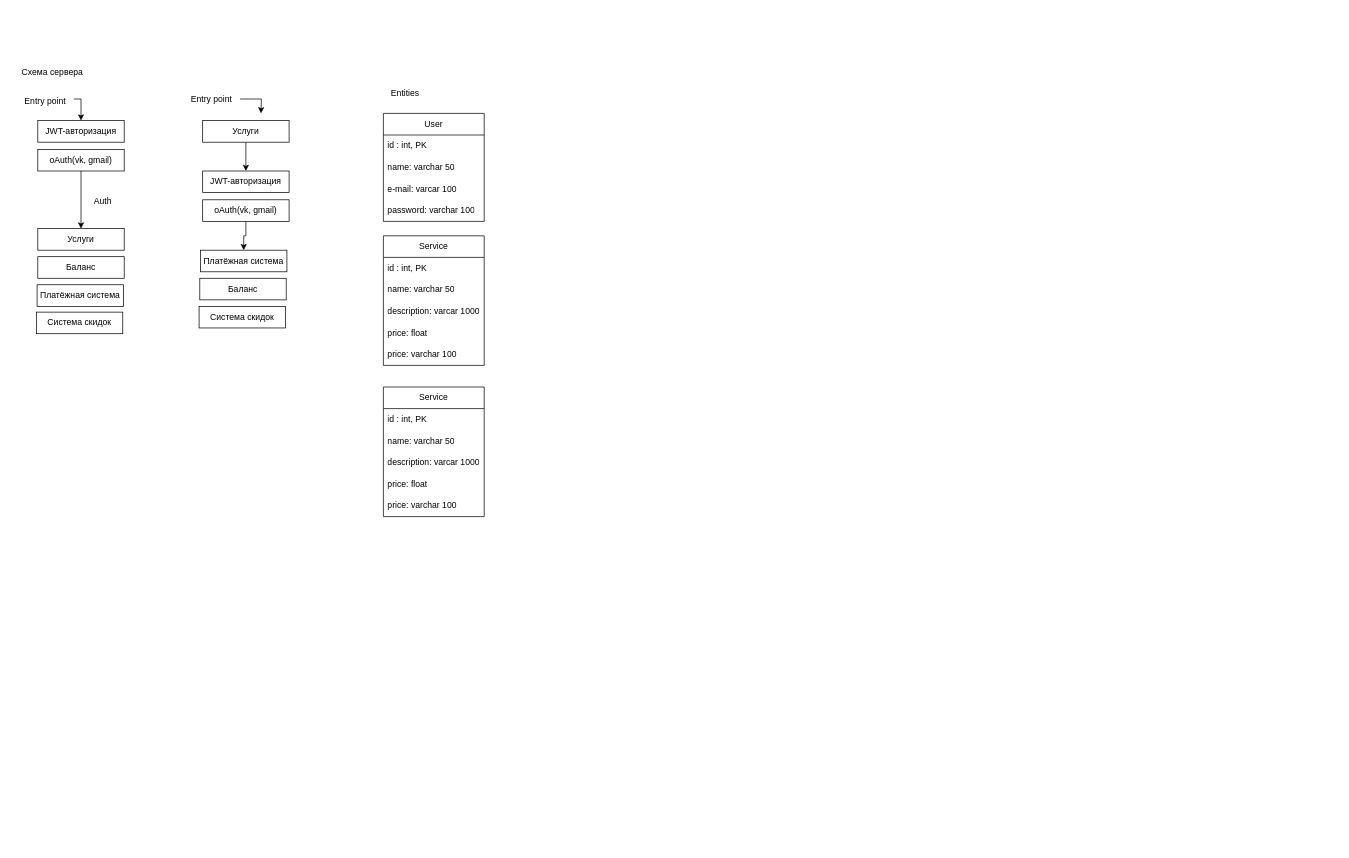
Above: cclean.drawio in Sundalia/cclean (draw.io), before the change. Source tidied: cells renumbered, new cells numbered last; positions are measured from the earlier drawing's top-left corner, leaving out a move shared by most shapes. Both pictures are drawn from the tidied source at 72%, with x=0, y=0 at pixel (12, 61).
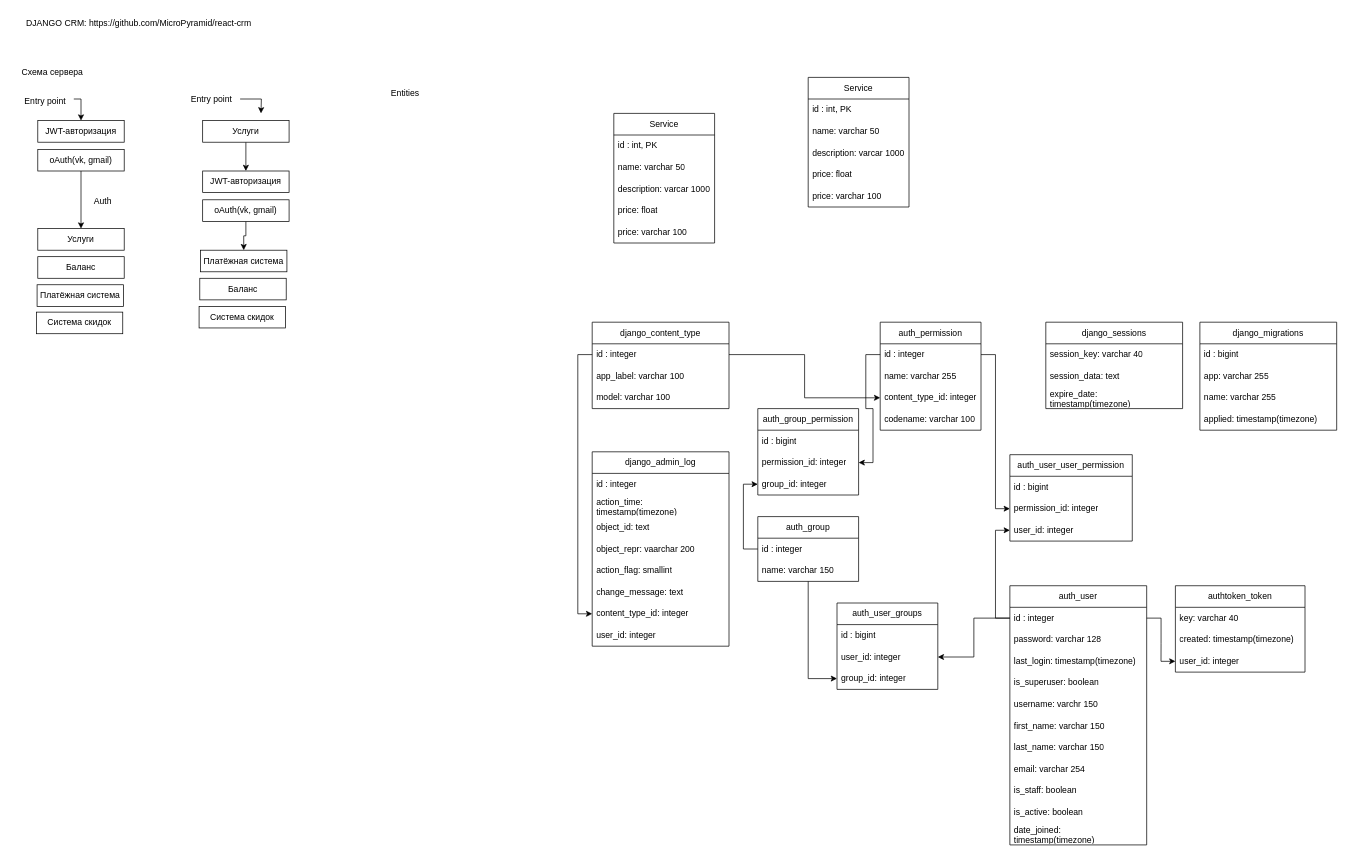
The same page after the edit.

The edit, as a diff of the source:
```diff
@@
-    <mxCell id="24" value="User" style="swimlane;fontStyle=0;horizontal=1;startSize=30;whiteSpace=wrap;html=1;" parent="1" vertex="1">
-      <mxGeometry x="515" y="72" width="140" height="150" as="geometry" />
-    </mxCell>
-    <mxCell id="25" value="id : int, PK" style="text;strokeColor=none;fillColor=none;align=left;verticalAlign=middle;spacingLeft=4;spacingRight=4;overflow=hidden;whiteSpace=wrap;html=1;" parent="24" vertex="1">
-      <mxGeometry y="30" width="140" height="30" as="geometry" />
-    </mxCell>
-    <mxCell id="26" value="name: varchar 50" style="text;strokeColor=none;fillColor=none;align=left;verticalAlign=middle;spacingLeft=4;spacingRight=4;overflow=hidden;whiteSpace=wrap;html=1;" parent="24" vertex="1">
-      <mxGeometry y="60" width="140" height="30" as="geometry" />
-    </mxCell>
-    <mxCell id="27" value="e-mail: varcar 100" style="text;strokeColor=none;fillColor=none;align=left;verticalAlign=middle;spacingLeft=4;spacingRight=4;overflow=hidden;whiteSpace=wrap;html=1;" parent="24" vertex="1">
-      <mxGeometry y="90" width="140" height="30" as="geometry" />
-    </mxCell>
-    <mxCell id="28" value="password: varchar 100" style="text;strokeColor=none;fillColor=none;align=left;verticalAlign=middle;spacingLeft=4;spacingRight=4;overflow=hidden;whiteSpace=wrap;html=1;" parent="24" vertex="1">
-      <mxGeometry y="120" width="140" height="30" as="geometry" />
-    </mxCell>
     <mxCell id="29" value="Service" style="swimlane;fontStyle=0;horizontal=1;startSize=30;whiteSpace=wrap;html=1;" parent="1" vertex="1">
-      <mxGeometry x="515" y="242" width="140" height="180" as="geometry" />
+      <mxGeometry x="1105" y="22" width="140" height="180" as="geometry" />
     </mxCell>
@@
     <mxCell id="35" value="Service" style="swimlane;fontStyle=0;horizontal=1;startSize=30;whiteSpace=wrap;html=1;" parent="1" vertex="1">
-      <mxGeometry x="515" y="452" width="140" height="180" as="geometry" />
+      <mxGeometry x="835" y="72" width="140" height="180" as="geometry" />
     </mxCell>
@@
+    <mxCell id="41" style="edgeStyle=orthogonalEdgeStyle;rounded=0;jettySize=auto;html=1;entryX=0;entryY=0.5;entryDx=0;entryDy=0;" parent="1" edge="1" source="42" target="70">
+      <mxGeometry relative="1" as="geometry" />
+    </mxCell>
+    <mxCell id="42" value="auth_group" style="swimlane;fontStyle=0;horizontal=1;startSize=30;whiteSpace=wrap;html=1;" parent="1" vertex="1">
+      <mxGeometry x="1035" y="632" width="140" height="90" as="geometry" />
+    </mxCell>
+    <mxCell id="43" value="id : integer" style="text;strokeColor=none;fillColor=none;align=left;verticalAlign=middle;spacingLeft=4;spacingRight=4;overflow=hidden;points=[[0,0.5],[1,0.5]];portConstraint=eastwest;whiteSpace=wrap;html=1;" parent="42" vertex="1">
+      <mxGeometry y="30" width="140" height="30" as="geometry" />
+    </mxCell>
+    <mxCell id="44" value="name: varchar 150" style="text;strokeColor=none;fillColor=none;align=left;verticalAlign=middle;spacingLeft=4;spacingRight=4;overflow=hidden;whiteSpace=wrap;html=1;" parent="42" vertex="1">
+      <mxGeometry y="60" width="140" height="30" as="geometry" />
+    </mxCell>
+    <mxCell id="45" value="auth_group_permission" style="swimlane;fontStyle=0;horizontal=1;startSize=30;whiteSpace=wrap;html=1;" parent="1" vertex="1">
+      <mxGeometry x="1035" y="482" width="140" height="120" as="geometry" />
+    </mxCell>
+    <mxCell id="46" value="id : bigint" style="text;strokeColor=none;fillColor=none;align=left;verticalAlign=middle;spacingLeft=4;spacingRight=4;overflow=hidden;whiteSpace=wrap;html=1;" parent="45" vertex="1">
+      <mxGeometry y="30" width="140" height="30" as="geometry" />
+    </mxCell>
+    <mxCell id="47" value="permission_id: integer" style="text;strokeColor=none;fillColor=none;align=left;verticalAlign=middle;spacingLeft=4;spacingRight=4;overflow=hidden;points=[[0,0.5],[1,0.5]];portConstraint=eastwest;whiteSpace=wrap;html=1;" parent="45" vertex="1">
+      <mxGeometry y="60" width="140" height="30" as="geometry" />
+    </mxCell>
+    <mxCell id="48" value="group_id: integer" style="text;strokeColor=none;fillColor=none;align=left;verticalAlign=middle;spacingLeft=4;spacingRight=4;overflow=hidden;points=[[0,0.5],[1,0.5]];portConstraint=eastwest;whiteSpace=wrap;html=1;" parent="45" vertex="1">
+      <mxGeometry y="90" width="140" height="30" as="geometry" />
+    </mxCell>
+    <mxCell id="49" value="DJANGO CRM: https://github.com/MicroPyramid/react-crm" style="text;html=1;align=center;verticalAlign=middle;strokeColor=none;fillColor=none;" parent="1" vertex="1">
+      <mxGeometry x="5" y="-68" width="340" height="30" as="geometry" />
+    </mxCell>
+    <mxCell id="50" value="auth_permission" style="swimlane;fontStyle=0;horizontal=1;startSize=30;whiteSpace=wrap;html=1;" parent="1" vertex="1">
+      <mxGeometry x="1205" y="362" width="140" height="150" as="geometry" />
+    </mxCell>
+    <mxCell id="51" value="id : integer" style="text;strokeColor=none;fillColor=none;align=left;verticalAlign=middle;spacingLeft=4;spacingRight=4;overflow=hidden;points=[[0,0.5],[1,0.5]];portConstraint=eastwest;whiteSpace=wrap;html=1;" parent="50" vertex="1">
+      <mxGeometry y="30" width="140" height="30" as="geometry" />
+    </mxCell>
+    <mxCell id="52" value="name: varchar 255" style="text;strokeColor=none;fillColor=none;align=left;verticalAlign=middle;spacingLeft=4;spacingRight=4;overflow=hidden;whiteSpace=wrap;html=1;" parent="50" vertex="1">
+      <mxGeometry y="60" width="140" height="30" as="geometry" />
+    </mxCell>
+    <mxCell id="53" value="content_type_id: integer" style="text;strokeColor=none;fillColor=none;align=left;verticalAlign=middle;spacingLeft=4;spacingRight=4;overflow=hidden;points=[[0,0.5],[1,0.5]];portConstraint=eastwest;whiteSpace=wrap;html=1;" parent="50" vertex="1">
+      <mxGeometry y="90" width="140" height="30" as="geometry" />
+    </mxCell>
+    <mxCell id="54" value="codename: varchar 100" style="text;strokeColor=none;fillColor=none;align=left;verticalAlign=middle;spacingLeft=4;spacingRight=4;overflow=hidden;whiteSpace=wrap;html=1;" parent="50" vertex="1">
+      <mxGeometry y="120" width="140" height="30" as="geometry" />
+    </mxCell>
+    <mxCell id="55" value="auth_user" style="swimlane;fontStyle=0;horizontal=1;startSize=30;whiteSpace=wrap;html=1;" parent="1" vertex="1">
+      <mxGeometry x="1385.1" y="728" width="190" height="360" as="geometry" />
+    </mxCell>
+    <mxCell id="56" value="id : integer" style="text;strokeColor=none;fillColor=none;align=left;verticalAlign=middle;spacingLeft=4;spacingRight=4;overflow=hidden;points=[[0,0.5],[1,0.5]];portConstraint=eastwest;whiteSpace=wrap;html=1;" parent="55" vertex="1">
+      <mxGeometry y="30" width="190" height="30" as="geometry" />
+    </mxCell>
+    <mxCell id="57" value="password: varchar 128" style="text;strokeColor=none;fillColor=none;align=left;verticalAlign=middle;spacingLeft=4;spacingRight=4;overflow=hidden;whiteSpace=wrap;html=1;" parent="55" vertex="1">
+      <mxGeometry y="60" width="190" height="30" as="geometry" />
+    </mxCell>
+    <mxCell id="58" value="last_login: timestamp(timezone)" style="text;strokeColor=none;fillColor=none;align=left;verticalAlign=middle;spacingLeft=4;spacingRight=4;overflow=hidden;whiteSpace=wrap;html=1;" parent="55" vertex="1">
+      <mxGeometry y="90" width="190" height="30" as="geometry" />
+    </mxCell>
+    <mxCell id="59" value="is_superuser: boolean" style="text;strokeColor=none;fillColor=none;align=left;verticalAlign=middle;spacingLeft=4;spacingRight=4;overflow=hidden;whiteSpace=wrap;html=1;" parent="55" vertex="1">
+      <mxGeometry y="120" width="190" height="30" as="geometry" />
+    </mxCell>
+    <mxCell id="60" value="username: varchr 150" style="text;strokeColor=none;fillColor=none;align=left;verticalAlign=middle;spacingLeft=4;spacingRight=4;overflow=hidden;whiteSpace=wrap;html=1;" parent="55" vertex="1">
+      <mxGeometry y="150" width="190" height="30" as="geometry" />
+    </mxCell>
+    <mxCell id="61" value="first_name: varchar 150" style="text;strokeColor=none;fillColor=none;align=left;verticalAlign=middle;spacingLeft=4;spacingRight=4;overflow=hidden;whiteSpace=wrap;html=1;" parent="55" vertex="1">
+      <mxGeometry y="180" width="190" height="30" as="geometry" />
+    </mxCell>
+    <mxCell id="62" value="last_name: varchar 150" style="text;strokeColor=none;fillColor=none;align=left;verticalAlign=middle;spacingLeft=4;spacingRight=4;overflow=hidden;whiteSpace=wrap;html=1;" parent="55" vertex="1">
+      <mxGeometry y="210" width="190" height="30" as="geometry" />
+    </mxCell>
+    <mxCell id="63" value="email: varchar 254" style="text;strokeColor=none;fillColor=none;align=left;verticalAlign=middle;spacingLeft=4;spacingRight=4;overflow=hidden;whiteSpace=wrap;html=1;" parent="55" vertex="1">
+      <mxGeometry y="240" width="190" height="30" as="geometry" />
+    </mxCell>
+    <mxCell id="64" value="is_staff: boolean" style="text;strokeColor=none;fillColor=none;align=left;verticalAlign=middle;spacingLeft=4;spacingRight=4;overflow=hidden;whiteSpace=wrap;html=1;" parent="55" vertex="1">
+      <mxGeometry y="270" width="190" height="30" as="geometry" />
+    </mxCell>
+    <mxCell id="65" value="is_active: boolean" style="text;strokeColor=none;fillColor=none;align=left;verticalAlign=middle;spacingLeft=4;spacingRight=4;overflow=hidden;whiteSpace=wrap;html=1;" parent="55" vertex="1">
+      <mxGeometry y="300" width="190" height="30" as="geometry" />
+    </mxCell>
+    <mxCell id="66" value="date_joined: timestamp(timezone)" style="text;strokeColor=none;fillColor=none;align=left;verticalAlign=middle;spacingLeft=4;spacingRight=4;overflow=hidden;whiteSpace=wrap;html=1;" parent="55" vertex="1">
+      <mxGeometry y="330" width="190" height="30" as="geometry" />
+    </mxCell>
+    <mxCell id="67" value="auth_user_groups" style="swimlane;fontStyle=0;horizontal=1;startSize=30;whiteSpace=wrap;html=1;" parent="1" vertex="1">
+      <mxGeometry x="1145" y="752" width="140" height="120" as="geometry" />
+    </mxCell>
+    <mxCell id="68" value="id : bigint" style="text;strokeColor=none;fillColor=none;align=left;verticalAlign=middle;spacingLeft=4;spacingRight=4;overflow=hidden;whiteSpace=wrap;html=1;" parent="67" vertex="1">
+      <mxGeometry y="30" width="140" height="30" as="geometry" />
+    </mxCell>
+    <mxCell id="69" value="user_id: integer" style="text;strokeColor=none;fillColor=none;align=left;verticalAlign=middle;spacingLeft=4;spacingRight=4;overflow=hidden;points=[[0,0.5],[1,0.5]];portConstraint=eastwest;whiteSpace=wrap;html=1;" parent="67" vertex="1">
+      <mxGeometry y="60" width="140" height="30" as="geometry" />
+    </mxCell>
+    <mxCell id="70" value="group_id: integer" style="text;strokeColor=none;fillColor=none;align=left;verticalAlign=middle;spacingLeft=4;spacingRight=4;overflow=hidden;points=[[0,0.5],[1,0.5]];portConstraint=eastwest;whiteSpace=wrap;html=1;" parent="67" vertex="1">
+      <mxGeometry y="90" width="140" height="30" as="geometry" />
+    </mxCell>
+    <mxCell id="71" value="auth_user_user_permission" style="swimlane;fontStyle=0;horizontal=1;startSize=30;whiteSpace=wrap;html=1;" parent="1" vertex="1">
+      <mxGeometry x="1385.1" y="546" width="170" height="120" as="geometry" />
+    </mxCell>
+    <mxCell id="72" value="id : bigint" style="text;strokeColor=none;fillColor=none;align=left;verticalAlign=middle;spacingLeft=4;spacingRight=4;overflow=hidden;whiteSpace=wrap;html=1;" parent="71" vertex="1">
+      <mxGeometry y="30" width="170" height="30" as="geometry" />
+    </mxCell>
+    <mxCell id="73" value="permission_id: integer" style="text;strokeColor=none;fillColor=none;align=left;verticalAlign=middle;spacingLeft=4;spacingRight=4;overflow=hidden;points=[[0,0.5],[1,0.5]];portConstraint=eastwest;whiteSpace=wrap;html=1;" parent="71" vertex="1">
+      <mxGeometry y="60" width="170" height="30" as="geometry" />
+    </mxCell>
+    <mxCell id="74" value="user_id: integer" style="text;strokeColor=none;fillColor=none;align=left;verticalAlign=middle;spacingLeft=4;spacingRight=4;overflow=hidden;points=[[0,0.5],[1,0.5]];portConstraint=eastwest;whiteSpace=wrap;html=1;" parent="71" vertex="1">
+      <mxGeometry y="90" width="170" height="30" as="geometry" />
+    </mxCell>
+    <mxCell id="75" value="authtoken_token" style="swimlane;fontStyle=0;horizontal=1;startSize=30;whiteSpace=wrap;html=1;" parent="1" vertex="1">
+      <mxGeometry x="1615" y="728" width="180" height="120" as="geometry" />
+    </mxCell>
+    <mxCell id="76" value="key: varchar 40" style="text;strokeColor=none;fillColor=none;align=left;verticalAlign=middle;spacingLeft=4;spacingRight=4;overflow=hidden;whiteSpace=wrap;html=1;" parent="75" vertex="1">
+      <mxGeometry y="30" width="180" height="30" as="geometry" />
+    </mxCell>
+    <mxCell id="77" value="created: timestamp(timezone)" style="text;strokeColor=none;fillColor=none;align=left;verticalAlign=middle;spacingLeft=4;spacingRight=4;overflow=hidden;whiteSpace=wrap;html=1;" parent="75" vertex="1">
+      <mxGeometry y="60" width="180" height="30" as="geometry" />
+    </mxCell>
+    <mxCell id="78" value="user_id: integer" style="text;strokeColor=none;fillColor=none;align=left;verticalAlign=middle;spacingLeft=4;spacingRight=4;overflow=hidden;points=[[0,0.5],[1,0.5]];portConstraint=eastwest;whiteSpace=wrap;html=1;" parent="75" vertex="1">
+      <mxGeometry y="90" width="180" height="30" as="geometry" />
+    </mxCell>
+    <mxCell id="79" value="django_admin_log" style="swimlane;fontStyle=0;horizontal=1;startSize=30;whiteSpace=wrap;html=1;" parent="1" vertex="1">
+      <mxGeometry x="805" y="542" width="190" height="270" as="geometry" />
+    </mxCell>
+    <mxCell id="80" value="id : integer" style="text;strokeColor=none;fillColor=none;align=left;verticalAlign=middle;spacingLeft=4;spacingRight=4;overflow=hidden;whiteSpace=wrap;html=1;" parent="79" vertex="1">
+      <mxGeometry y="30" width="190" height="30" as="geometry" />
+    </mxCell>
+    <mxCell id="81" value="action_time: timestamp(timezone)" style="text;strokeColor=none;fillColor=none;align=left;verticalAlign=middle;spacingLeft=4;spacingRight=4;overflow=hidden;whiteSpace=wrap;html=1;" parent="79" vertex="1">
+      <mxGeometry y="60" width="190" height="30" as="geometry" />
+    </mxCell>
+    <mxCell id="82" value="object_id: text" style="text;strokeColor=none;fillColor=none;align=left;verticalAlign=middle;spacingLeft=4;spacingRight=4;overflow=hidden;whiteSpace=wrap;html=1;" parent="79" vertex="1">
+      <mxGeometry y="90" width="190" height="30" as="geometry" />
+    </mxCell>
+    <mxCell id="83" value="object_repr: vaarchar 200" style="text;strokeColor=none;fillColor=none;align=left;verticalAlign=middle;spacingLeft=4;spacingRight=4;overflow=hidden;whiteSpace=wrap;html=1;" parent="79" vertex="1">
+      <mxGeometry y="120" width="190" height="30" as="geometry" />
+    </mxCell>
+    <mxCell id="84" value="action_flag: smallint" style="text;strokeColor=none;fillColor=none;align=left;verticalAlign=middle;spacingLeft=4;spacingRight=4;overflow=hidden;whiteSpace=wrap;html=1;" parent="79" vertex="1">
+      <mxGeometry y="150" width="190" height="30" as="geometry" />
+    </mxCell>
+    <mxCell id="85" value="change_message: text" style="text;strokeColor=none;fillColor=none;align=left;verticalAlign=middle;spacingLeft=4;spacingRight=4;overflow=hidden;whiteSpace=wrap;html=1;" parent="79" vertex="1">
+      <mxGeometry y="180" width="190" height="30" as="geometry" />
+    </mxCell>
+    <mxCell id="86" value="content_type_id: integer" style="text;strokeColor=none;fillColor=none;align=left;verticalAlign=middle;spacingLeft=4;spacingRight=4;overflow=hidden;points=[[0,0.5],[1,0.5]];portConstraint=eastwest;whiteSpace=wrap;html=1;" parent="79" vertex="1">
+      <mxGeometry y="210" width="190" height="30" as="geometry" />
+    </mxCell>
+    <mxCell id="87" value="user_id: integer" style="text;strokeColor=none;fillColor=none;align=left;verticalAlign=middle;spacingLeft=4;spacingRight=4;overflow=hidden;whiteSpace=wrap;html=1;" parent="79" vertex="1">
+      <mxGeometry y="240" width="190" height="30" as="geometry" />
+    </mxCell>
+    <mxCell id="88" style="edgeStyle=orthogonalEdgeStyle;rounded=0;jettySize=auto;html=1;entryX=1;entryY=0.5;entryDx=0;entryDy=0;" parent="1" edge="1" source="56" target="69">
+      <mxGeometry relative="1" as="geometry" />
+    </mxCell>
+    <mxCell id="89" style="edgeStyle=orthogonalEdgeStyle;rounded=0;jettySize=auto;html=1;exitX=0;exitY=0.5;exitDx=0;exitDy=0;entryX=0;entryY=0.5;entryDx=0;entryDy=0;" parent="1" edge="1" source="56" target="74">
+      <mxGeometry relative="1" as="geometry" />
+    </mxCell>
+    <mxCell id="90" style="edgeStyle=orthogonalEdgeStyle;rounded=0;jettySize=auto;html=1;exitX=1;exitY=0.5;exitDx=0;exitDy=0;" parent="1" edge="1" source="51" target="73">
+      <mxGeometry relative="1" as="geometry" />
+    </mxCell>
+    <mxCell id="91" style="edgeStyle=orthogonalEdgeStyle;rounded=0;jettySize=auto;html=1;exitX=0;exitY=0.5;exitDx=0;exitDy=0;entryX=0;entryY=0.5;entryDx=0;entryDy=0;" parent="1" edge="1" source="43" target="48">
+      <mxGeometry relative="1" as="geometry" />
+    </mxCell>
+    <mxCell id="92" style="edgeStyle=orthogonalEdgeStyle;rounded=0;jettySize=auto;html=1;exitX=0;exitY=0.5;exitDx=0;exitDy=0;" parent="1" edge="1" source="51" target="47">
+      <mxGeometry relative="1" as="geometry" />
+    </mxCell>
+    <mxCell id="93" style="edgeStyle=orthogonalEdgeStyle;rounded=0;jettySize=auto;html=1;exitX=1;exitY=0.5;exitDx=0;exitDy=0;" parent="1" edge="1" source="56" target="78">
+      <mxGeometry relative="1" as="geometry" />
+    </mxCell>
+    <mxCell id="94" value="django_content_type" style="swimlane;fontStyle=0;horizontal=1;startSize=30;whiteSpace=wrap;html=1;" parent="1" vertex="1">
+      <mxGeometry x="805" y="362" width="190" height="120" as="geometry" />
+    </mxCell>
+    <mxCell id="95" value="id : integer" style="text;strokeColor=none;fillColor=none;align=left;verticalAlign=middle;spacingLeft=4;spacingRight=4;overflow=hidden;points=[[0,0.5],[1,0.5]];portConstraint=eastwest;whiteSpace=wrap;html=1;" parent="94" vertex="1">
+      <mxGeometry y="30" width="190" height="30" as="geometry" />
+    </mxCell>
+    <mxCell id="96" value="app_label: varchar 100" style="text;strokeColor=none;fillColor=none;align=left;verticalAlign=middle;spacingLeft=4;spacingRight=4;overflow=hidden;whiteSpace=wrap;html=1;" parent="94" vertex="1">
+      <mxGeometry y="60" width="190" height="30" as="geometry" />
+    </mxCell>
+    <mxCell id="97" value="model: varchar 100" style="text;strokeColor=none;fillColor=none;align=left;verticalAlign=middle;spacingLeft=4;spacingRight=4;overflow=hidden;whiteSpace=wrap;html=1;" parent="94" vertex="1">
+      <mxGeometry y="90" width="190" height="30" as="geometry" />
+    </mxCell>
+    <mxCell id="98" value="django_migrations" style="swimlane;fontStyle=0;horizontal=1;startSize=30;whiteSpace=wrap;html=1;" parent="1" vertex="1">
+      <mxGeometry x="1649" y="362" width="190" height="150" as="geometry" />
+    </mxCell>
+    <mxCell id="99" value="id : bigint" style="text;strokeColor=none;fillColor=none;align=left;verticalAlign=middle;spacingLeft=4;spacingRight=4;overflow=hidden;whiteSpace=wrap;html=1;" parent="98" vertex="1">
+      <mxGeometry y="30" width="190" height="30" as="geometry" />
+    </mxCell>
+    <mxCell id="100" value="app: varchar 255" style="text;strokeColor=none;fillColor=none;align=left;verticalAlign=middle;spacingLeft=4;spacingRight=4;overflow=hidden;whiteSpace=wrap;html=1;" parent="98" vertex="1">
+      <mxGeometry y="60" width="190" height="30" as="geometry" />
+    </mxCell>
+    <mxCell id="101" value="name: varchar 255" style="text;strokeColor=none;fillColor=none;align=left;verticalAlign=middle;spacingLeft=4;spacingRight=4;overflow=hidden;whiteSpace=wrap;html=1;" parent="98" vertex="1">
+      <mxGeometry y="90" width="190" height="30" as="geometry" />
+    </mxCell>
+    <mxCell id="102" value="applied: timestamp(timezone)" style="text;strokeColor=none;fillColor=none;align=left;verticalAlign=middle;spacingLeft=4;spacingRight=4;overflow=hidden;whiteSpace=wrap;html=1;" parent="98" vertex="1">
+      <mxGeometry y="120" width="190" height="30" as="geometry" />
+    </mxCell>
+    <mxCell id="103" value="django_sessions" style="swimlane;fontStyle=0;horizontal=1;startSize=30;whiteSpace=wrap;html=1;" parent="1" vertex="1">
+      <mxGeometry x="1435" y="362" width="190" height="120" as="geometry" />
+    </mxCell>
+    <mxCell id="104" value="session_key: varchar 40" style="text;strokeColor=none;fillColor=none;align=left;verticalAlign=middle;spacingLeft=4;spacingRight=4;overflow=hidden;whiteSpace=wrap;html=1;" parent="103" vertex="1">
+      <mxGeometry y="30" width="190" height="30" as="geometry" />
+    </mxCell>
+    <mxCell id="105" value="session_data: text" style="text;strokeColor=none;fillColor=none;align=left;verticalAlign=middle;spacingLeft=4;spacingRight=4;overflow=hidden;whiteSpace=wrap;html=1;" parent="103" vertex="1">
+      <mxGeometry y="60" width="190" height="30" as="geometry" />
+    </mxCell>
+    <mxCell id="106" value="expire_date: timestamp(timezone)" style="text;strokeColor=none;fillColor=none;align=left;verticalAlign=middle;spacingLeft=4;spacingRight=4;overflow=hidden;whiteSpace=wrap;html=1;" parent="103" vertex="1">
+      <mxGeometry y="90" width="190" height="30" as="geometry" />
+    </mxCell>
+    <mxCell id="107" style="edgeStyle=orthogonalEdgeStyle;rounded=0;jettySize=auto;html=1;exitX=1;exitY=0.5;exitDx=0;exitDy=0;" parent="1" edge="1" source="95" target="53">
+      <mxGeometry relative="1" as="geometry" />
+    </mxCell>
+    <mxCell id="108" style="edgeStyle=orthogonalEdgeStyle;rounded=0;jettySize=auto;html=1;exitX=0;exitY=0.5;exitDx=0;exitDy=0;entryX=0;entryY=0.5;entryDx=0;entryDy=0;" parent="1" edge="1" source="95" target="86">
+      <mxGeometry relative="1" as="geometry" />
+    </mxCell>
```
